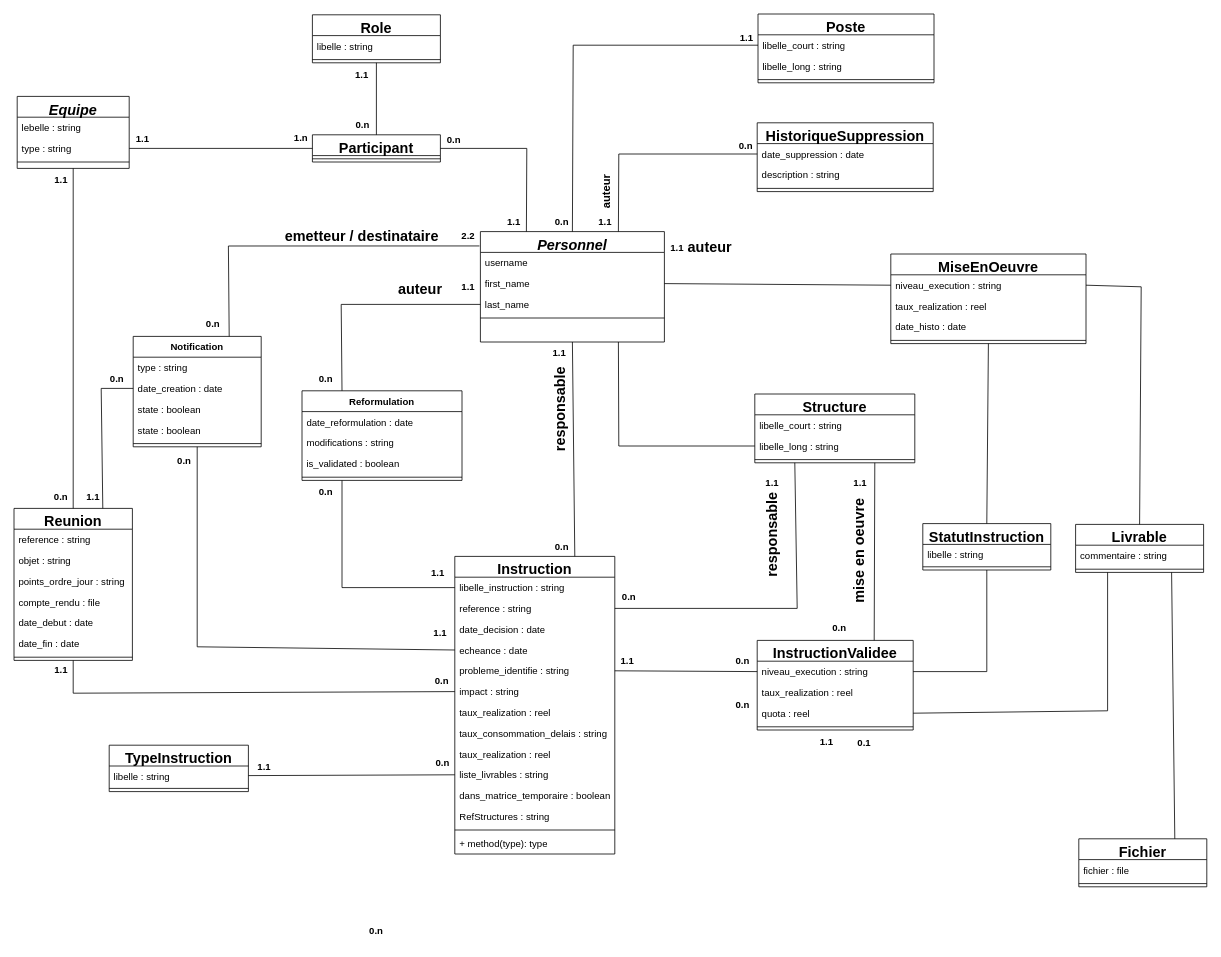
This is diagramme_classes_technique.drawio from CabrelFeukeng/pp, a draw.io file, before an edit. Source tidied: cells renumbered, new cells numbered last; positions are measured from the earlier drawing's top-left corner, leaving out a move shared by most shapes. Both pictures are drawn from the tidied source at 80%, with x=0, y=0 at pixel (14, 14).
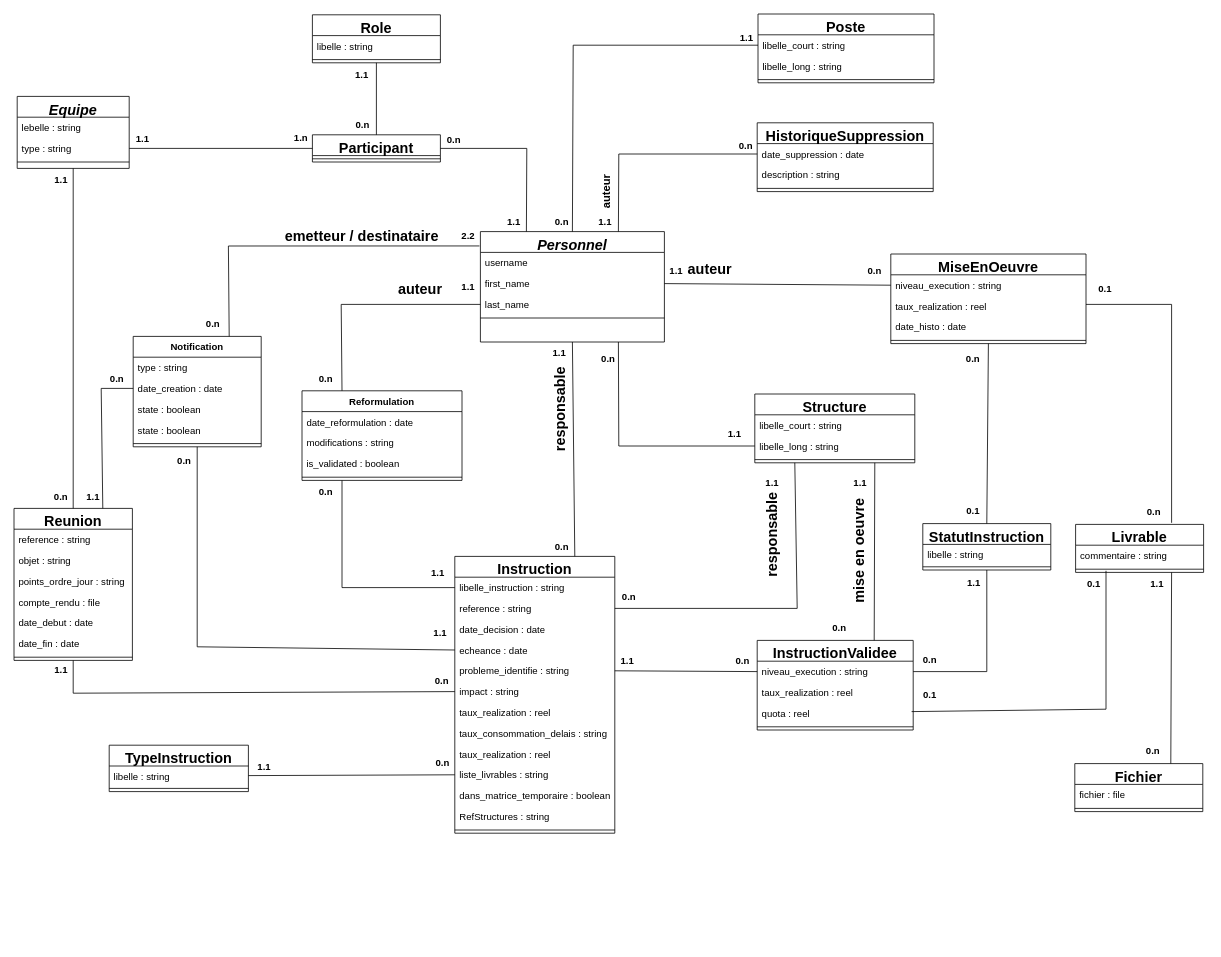
The same page after the edit.

Commit message (it also covers changes not shown here):
Mettre à jour diagramme_classes_technique.drawio

The change refers to these unchanged cells:
```xml
<mxCell id="52" value="niveau_execution : string" style="text;strokeColor=none;fillColor=none;align=left;verticalAlign=top;spacingLeft=4;spacingRight=4;overflow=hidden;points=[[0,0.5],[1,0.5]];portConstraint=eastwest;whiteSpace=wrap;html=1;" parent="51" vertex="1">
  <mxGeometry y="26" width="244" height="26" as="geometry" />
</mxCell>
<mxCell id="59" value="quota : reel" style="text;strokeColor=none;fillColor=none;align=left;verticalAlign=top;spacingLeft=4;spacingRight=4;overflow=hidden;points=[[0,0.5],[1,0.5]];portConstraint=eastwest;whiteSpace=wrap;html=1;" parent="56" vertex="1">
  <mxGeometry y="78" width="195" height="26" as="geometry" />
</mxCell>
<mxCell id="66" value="&lt;font style=&quot;font-size: 18px;&quot;&gt;Livrable&lt;/font&gt;" style="swimlane;fontStyle=1;align=center;verticalAlign=top;horizontal=1;startSize=26;whiteSpace=wrap;html=1;" parent="1" vertex="1">
  <mxGeometry x="1327" y="638" width="160" height="60" as="geometry" />
</mxCell>
```

What changed in the source:
```diff
@@
     <mxCell id="36" value="&lt;font style=&quot;font-size: 18px;&quot;&gt;Instruction&lt;/font&gt;" style="swimlane;fontStyle=1;align=center;verticalAlign=top;horizontal=1;startSize=26;whiteSpace=wrap;html=1;" parent="1" vertex="1">
-      <mxGeometry x="551" y="678" width="200" height="372" as="geometry" />
+      <mxGeometry x="551" y="678" width="200" height="346" as="geometry" />
     </mxCell>
@@
-    <mxCell id="50" value="+ method(type): type" style="text;strokeColor=none;fillColor=none;align=left;verticalAlign=top;spacingLeft=4;spacingRight=4;overflow=hidden;whiteSpace=wrap;html=1;" parent="36" vertex="1">
-      <mxGeometry y="346" width="200" height="26" as="geometry" />
-    </mxCell>
@@
     <mxCell id="69" value="&lt;font style=&quot;font-size: 18px;&quot;&gt;Fichier&lt;/font&gt;" style="swimlane;fontStyle=1;align=center;verticalAlign=top;horizontal=1;startSize=26;whiteSpace=wrap;html=1;" parent="1" vertex="1">
-      <mxGeometry x="1331" y="1031" width="160" height="60" as="geometry" />
+      <mxGeometry x="1326" y="937" width="160" height="60" as="geometry" />
     </mxCell>
@@
-    <mxCell id="123" value="&lt;b&gt;0.n&lt;/b&gt;" style="text;html=1;align=center;verticalAlign=middle;whiteSpace=wrap;rounded=0;" parent="1" vertex="1">
-      <mxGeometry x="881" y="849" width="60" height="30" as="geometry" />
-    </mxCell>
@@
     <mxCell id="127" value="&lt;b&gt;1.1&lt;/b&gt;" style="text;html=1;align=center;verticalAlign=middle;whiteSpace=wrap;rounded=0;" parent="1" vertex="1">
-      <mxGeometry x="986" y="895" width="60" height="30" as="geometry" />
+      <mxGeometry x="1399" y="698" width="60" height="30" as="geometry" />
     </mxCell>
-    <mxCell id="128" value="&lt;b&gt;0.1&lt;/b&gt;" style="text;html=1;align=center;verticalAlign=middle;whiteSpace=wrap;rounded=0;" parent="1" vertex="1">
-      <mxGeometry x="1032.5" y="896" width="60" height="30" as="geometry" />
+    <mxCell id="128" value="&lt;b&gt;0.n&lt;/b&gt;" style="text;html=1;align=center;verticalAlign=middle;whiteSpace=wrap;rounded=0;" parent="1" vertex="1">
+      <mxGeometry x="1394" y="907" width="60" height="30" as="geometry" />
     </mxCell>
@@
-    <mxCell id="141" value="&lt;b&gt;0.n&lt;/b&gt;" style="text;html=1;align=center;verticalAlign=middle;whiteSpace=wrap;rounded=0;" parent="1" vertex="1">
-      <mxGeometry x="423" y="1131" width="60" height="30" as="geometry" />
-    </mxCell>
     <mxCell id="142" value="&lt;b&gt;1.1&lt;/b&gt;" style="text;html=1;align=center;verticalAlign=middle;whiteSpace=wrap;rounded=0;" parent="1" vertex="1">
-      <mxGeometry x="799" y="278" width="60" height="30" as="geometry" />
+      <mxGeometry x="798" y="306" width="60" height="30" as="geometry" />
     </mxCell>
     <mxCell id="143" value="&lt;b&gt;&lt;font style=&quot;font-size: 18px;&quot;&gt;auteur&lt;/font&gt;&lt;/b&gt;" style="text;html=1;align=center;verticalAlign=middle;whiteSpace=wrap;rounded=0;rotation=0;" parent="1" vertex="1">
-      <mxGeometry x="840" y="277" width="60" height="30" as="geometry" />
+      <mxGeometry x="840" y="305" width="60" height="30" as="geometry" />
     </mxCell>
@@
-    <mxCell id="150" style="endArrow=none;html=1;rounded=0;entryX=1;entryY=0.5;entryDx=0;entryDy=0;exitX=0.5;exitY=0;exitDx=0;exitDy=0;" parent="1" edge="1" source="66" target="52">
+    <mxCell id="150" style="endArrow=none;html=1;rounded=0;entryX=1;entryY=0.5;entryDx=0;entryDy=0;exitX=0.75;exitY=0;exitDx=0;exitDy=0;" parent="1" edge="1">
       <mxGeometry relative="1" as="geometry">
+        <mxPoint x="1447" y="636" as="sourcePoint" />
+        <mxPoint x="1340" y="363" as="targetPoint" />
         <Array as="points">
-          <mxPoint x="1409" y="341" />
+          <mxPoint x="1447" y="363" />
         </Array>
       </mxGeometry>
     </mxCell>
@@
-    <mxCell id="152" style="endArrow=none;html=1;rounded=0;entryX=0.25;entryY=1;entryDx=0;entryDy=0;exitX=1;exitY=0.5;exitDx=0;exitDy=0;" parent="1" edge="1" source="59" target="66">
+    <mxCell id="152" style="endArrow=none;html=1;rounded=0;entryX=0.25;entryY=1;entryDx=0;entryDy=0;exitX=1;exitY=0.5;exitDx=0;exitDy=0;" parent="1" edge="1">
       <mxGeometry relative="1" as="geometry">
+        <mxPoint x="1122" y="872" as="sourcePoint" />
+        <mxPoint x="1365" y="696" as="targetPoint" />
         <Array as="points">
-          <mxPoint x="1367" y="871" />
+          <mxPoint x="1365" y="869" />
         </Array>
       </mxGeometry>
     </mxCell>
@@
+    <mxCell id="154" value="&lt;b&gt;0.n&lt;/b&gt;" style="text;html=1;align=center;verticalAlign=middle;whiteSpace=wrap;rounded=0;" parent="1" vertex="1">
+      <mxGeometry x="713" y="416" width="60" height="30" as="geometry" />
+    </mxCell>
+    <mxCell id="155" value="&lt;b&gt;1.1&lt;/b&gt;" style="text;html=1;align=center;verticalAlign=middle;whiteSpace=wrap;rounded=0;" parent="1" vertex="1">
+      <mxGeometry x="871" y="510" width="60" height="30" as="geometry" />
+    </mxCell>
+    <mxCell id="156" value="&lt;b&gt;0.n&lt;/b&gt;" style="text;html=1;align=center;verticalAlign=middle;whiteSpace=wrap;rounded=0;" parent="1" vertex="1">
+      <mxGeometry x="1046" y="306" width="60" height="30" as="geometry" />
+    </mxCell>
+    <mxCell id="157" value="&lt;b&gt;0.1&lt;/b&gt;" style="text;html=1;align=center;verticalAlign=middle;whiteSpace=wrap;rounded=0;" parent="1" vertex="1">
+      <mxGeometry x="1334" y="329" width="60" height="30" as="geometry" />
+    </mxCell>
+    <mxCell id="158" value="&lt;b&gt;0.n&lt;/b&gt;" style="text;html=1;align=center;verticalAlign=middle;whiteSpace=wrap;rounded=0;" parent="1" vertex="1">
+      <mxGeometry x="1169" y="416" width="60" height="30" as="geometry" />
+    </mxCell>
+    <mxCell id="159" value="&lt;b&gt;0.1&lt;/b&gt;" style="text;html=1;align=center;verticalAlign=middle;whiteSpace=wrap;rounded=0;" parent="1" vertex="1">
+      <mxGeometry x="1169" y="607" width="60" height="30" as="geometry" />
+    </mxCell>
+    <mxCell id="160" value="&lt;b&gt;0.n&lt;/b&gt;" style="text;html=1;align=center;verticalAlign=middle;whiteSpace=wrap;rounded=0;" parent="1" vertex="1">
+      <mxGeometry x="1395" y="608" width="60" height="30" as="geometry" />
+    </mxCell>
+    <mxCell id="161" value="&lt;b&gt;1.1&lt;/b&gt;" style="text;html=1;align=center;verticalAlign=middle;whiteSpace=wrap;rounded=0;" parent="1" vertex="1">
+      <mxGeometry x="1170" y="697" width="60" height="30" as="geometry" />
+    </mxCell>
+    <mxCell id="162" value="&lt;b&gt;0.1&lt;/b&gt;" style="text;html=1;align=center;verticalAlign=middle;whiteSpace=wrap;rounded=0;" parent="1" vertex="1">
+      <mxGeometry x="1320" y="698" width="60" height="30" as="geometry" />
+    </mxCell>
+    <mxCell id="163" value="&lt;b&gt;0.n&lt;/b&gt;" style="text;html=1;align=center;verticalAlign=middle;whiteSpace=wrap;rounded=0;" parent="1" vertex="1">
+      <mxGeometry x="1115" y="793" width="60" height="30" as="geometry" />
+    </mxCell>
+    <mxCell id="164" value="&lt;b&gt;0.1&lt;/b&gt;" style="text;html=1;align=center;verticalAlign=middle;whiteSpace=wrap;rounded=0;" parent="1" vertex="1">
+      <mxGeometry x="1115" y="836" width="60" height="30" as="geometry" />
+    </mxCell>
```
